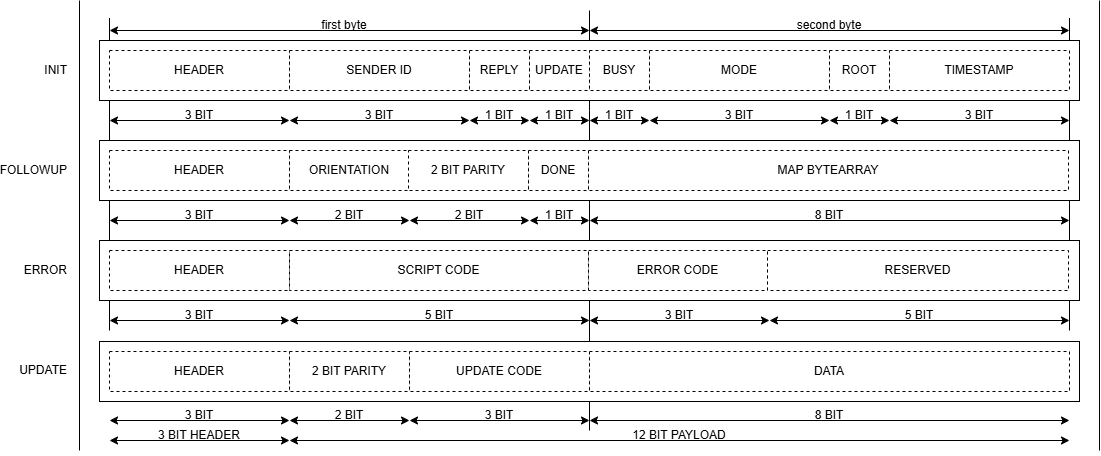
Above: figures/msgArchitectureV5.png in SophiagDotart/puzzlingRobots (draw.io), before the change. Source tidied: cells renumbered, new cells last; positions are measured from the earlier drawing's top-left corner, leaving out a move shared by most shapes.
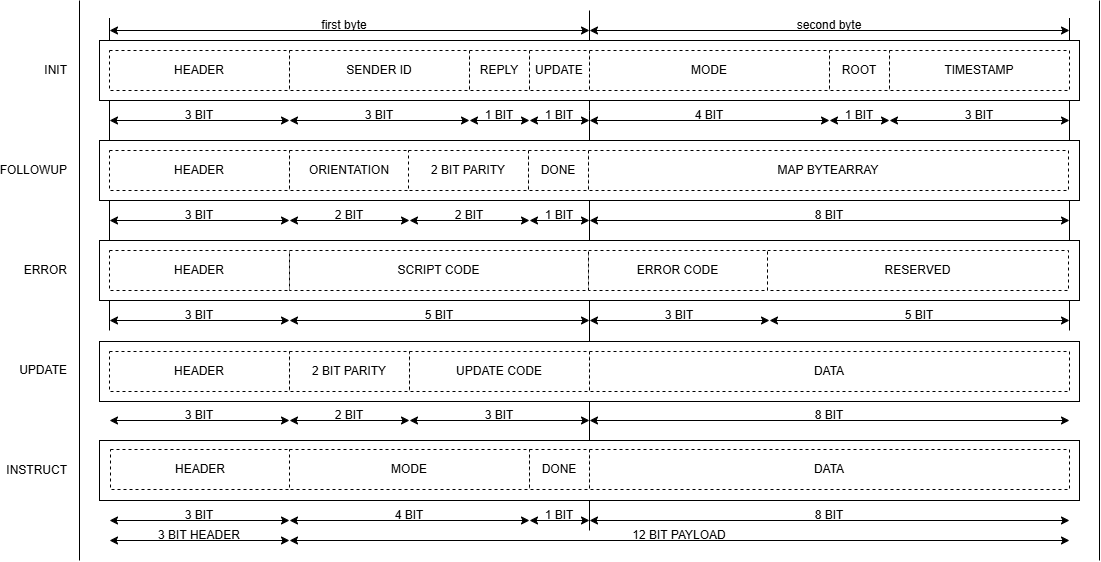
The same file after the commit.

Commit message:
Added instruct message, finished update msg in script and doc

The edit, as a diff of the source:
```diff
@@ -14,7 +14,7 @@
     </mxCell>
     <mxCell id="4" style="endArrow=none;html=1;rounded=0;" parent="1" edge="1">
       <mxGeometry relative="1" as="geometry">
-        <mxPoint x="580" y="430" as="sourcePoint" />
+        <mxPoint x="580" y="530" as="sourcePoint" />
         <mxPoint x="580" y="10" as="targetPoint" />
         <Array as="points">
           <mxPoint x="580" y="110" />
@@ -23,13 +23,13 @@
     </mxCell>
     <mxCell id="5" style="endArrow=none;html=1;rounded=0;" parent="1" edge="1">
       <mxGeometry relative="1" as="geometry">
-        <mxPoint x="70" y="450" as="sourcePoint" />
+        <mxPoint x="70" y="560" as="sourcePoint" />
         <mxPoint x="70" as="targetPoint" />
       </mxGeometry>
     </mxCell>
     <mxCell id="6" style="endArrow=none;html=1;rounded=0;" parent="1" edge="1">
       <mxGeometry relative="1" as="geometry">
-        <mxPoint x="1090" y="450" as="sourcePoint" />
+        <mxPoint x="1090" y="560" as="sourcePoint" />
         <mxPoint x="1090" as="targetPoint" />
       </mxGeometry>
     </mxCell>
@@ -37,7 +37,7 @@
       <mxGeometry x="90" y="40" width="980" height="60" as="geometry" />
     </mxCell>
     <mxCell id="8" value="MODE" style="rounded=0;whiteSpace=wrap;html=1;dashed=1;" parent="1" vertex="1">
-      <mxGeometry x="640" y="50" width="180" height="40" as="geometry" />
+      <mxGeometry x="580" y="50" width="240" height="40" as="geometry" />
     </mxCell>
     <mxCell id="9" value="UPDATE" style="rounded=0;whiteSpace=wrap;html=1;dashed=1;" parent="1" vertex="1">
       <mxGeometry x="520" y="50" width="60" height="40" as="geometry" />
@@ -57,9 +57,6 @@
     <mxCell id="14" value="TIMESTAMP" style="rounded=0;whiteSpace=wrap;html=1;dashed=1;" parent="1" vertex="1">
       <mxGeometry x="880" y="50" width="180" height="40" as="geometry" />
     </mxCell>
-    <mxCell id="15" value="BUSY" style="rounded=0;whiteSpace=wrap;html=1;dashed=1;" parent="1" vertex="1">
-      <mxGeometry x="580" y="50" width="60" height="40" as="geometry" />
-    </mxCell>
     <mxCell id="16" style="rounded=0;whiteSpace=wrap;html=1;" parent="1" vertex="1">
       <mxGeometry x="90" y="140" width="980" height="60" as="geometry" />
     </mxCell>
@@ -226,16 +223,16 @@
       <mxGeometry x="60" width="60" height="30" as="geometry" />
     </mxCell>
     <mxCell id="60" style="group;" parent="1" vertex="1">
-      <mxGeometry x="640" y="100" width="180" height="30" as="geometry" />
+      <mxGeometry x="580" y="100" width="240" height="30" as="geometry" />
     </mxCell>
     <mxCell id="61" style="endArrow=classic;startArrow=classic;html=1;rounded=0;" parent="60" edge="1">
       <mxGeometry relative="1" as="geometry">
         <mxPoint y="20" as="sourcePoint" />
-        <mxPoint x="180" y="20" as="targetPoint" />
+        <mxPoint x="240" y="20" as="targetPoint" />
       </mxGeometry>
     </mxCell>
-    <mxCell id="62" value="3 BIT" style="text;html=1;whiteSpace=wrap;strokeColor=none;fillColor=none;align=center;verticalAlign=middle;rounded=0;" parent="60" vertex="1">
-      <mxGeometry x="60" width="60" height="30" as="geometry" />
+    <mxCell id="62" value="4 BIT" style="text;html=1;whiteSpace=wrap;strokeColor=none;fillColor=none;align=center;verticalAlign=middle;rounded=0;" parent="60" vertex="1">
+      <mxGeometry x="80" width="80" height="30" as="geometry" />
     </mxCell>
     <mxCell id="63" style="group;" parent="1" vertex="1">
       <mxGeometry x="880" y="100" width="180" height="30" as="geometry" />
@@ -273,18 +270,6 @@
     <mxCell id="71" value="1 BIT" style="text;html=1;whiteSpace=wrap;strokeColor=none;fillColor=none;align=center;verticalAlign=middle;rounded=0;" parent="69" vertex="1">
       <mxGeometry width="60" height="30" as="geometry" />
     </mxCell>
-    <mxCell id="72" style="group;" parent="1" vertex="1">
-      <mxGeometry x="580" y="100" width="60" height="30" as="geometry" />
-    </mxCell>
-    <mxCell id="73" style="endArrow=classic;startArrow=classic;html=1;rounded=0;" parent="72" edge="1">
-      <mxGeometry relative="1" as="geometry">
-        <mxPoint y="20" as="sourcePoint" />
-        <mxPoint x="60" y="20" as="targetPoint" />
-      </mxGeometry>
-    </mxCell>
-    <mxCell id="74" value="1 BIT" style="text;html=1;whiteSpace=wrap;strokeColor=none;fillColor=none;align=center;verticalAlign=middle;rounded=0;" parent="72" vertex="1">
-      <mxGeometry width="60" height="30" as="geometry" />
-    </mxCell>
     <mxCell id="75" style="group;" parent="1" vertex="1">
       <mxGeometry x="580" y="10" width="480" height="30" as="geometry" />
     </mxCell>
@@ -309,35 +294,86 @@
         <mxPoint x="480" y="20" as="targetPoint" />
       </mxGeometry>
     </mxCell>
-    <mxCell id="81" style="group;" parent="1" vertex="1">
-      <mxGeometry x="90" y="341" width="980" height="85" as="geometry" />
-    </mxCell>
+    <mxCell id="99" style="group;" parent="1" vertex="1">
+      <mxGeometry x="100" y="520" width="960" height="35" as="geometry" />
+    </mxCell>
+    <mxCell id="100" style="group;" parent="99" vertex="1">
+      <mxGeometry x="180" width="780" height="35" as="geometry" />
+    </mxCell>
+    <mxCell id="101" style="endArrow=classic;startArrow=classic;html=1;rounded=0;" parent="100" edge="1">
+      <mxGeometry relative="1" as="geometry">
+        <mxPoint y="20" as="sourcePoint" />
+        <mxPoint x="780" y="20" as="targetPoint" />
+      </mxGeometry>
+    </mxCell>
+    <mxCell id="102" value="12 BIT PAYLOAD" style="text;html=1;whiteSpace=wrap;strokeColor=none;fillColor=none;align=center;verticalAlign=middle;rounded=0;" parent="100" vertex="1">
+      <mxGeometry width="780" height="30" as="geometry" />
+    </mxCell>
+    <mxCell id="103" style="group;" parent="99" vertex="1">
+      <mxGeometry width="180" height="34" as="geometry" />
+    </mxCell>
+    <mxCell id="104" style="endArrow=classic;startArrow=classic;html=1;rounded=0;" parent="103" edge="1">
+      <mxGeometry relative="1" as="geometry">
+        <mxPoint y="20" as="sourcePoint" />
+        <mxPoint x="180" y="20" as="targetPoint" />
+      </mxGeometry>
+    </mxCell>
+    <mxCell id="105" value="3 BIT HEADER" style="text;html=1;whiteSpace=wrap;strokeColor=none;fillColor=none;align=center;verticalAlign=middle;rounded=0;" parent="103" vertex="1">
+      <mxGeometry width="180" height="30" as="geometry" />
+    </mxCell>
+    <mxCell id="111" style="group;" parent="1" vertex="1">
+      <mxGeometry x="820" y="100" width="60" height="30" as="geometry" />
+    </mxCell>
+    <mxCell id="112" style="endArrow=classic;startArrow=classic;html=1;rounded=0;" parent="111" edge="1">
+      <mxGeometry relative="1" as="geometry">
+        <mxPoint y="20" as="sourcePoint" />
+        <mxPoint x="60" y="20" as="targetPoint" />
+      </mxGeometry>
+    </mxCell>
+    <mxCell id="113" value="1 BIT" style="text;html=1;whiteSpace=wrap;strokeColor=none;fillColor=none;align=center;verticalAlign=middle;rounded=0;" parent="111" vertex="1">
+      <mxGeometry width="60" height="30" as="geometry" />
+    </mxCell>
-    <mxCell id="82" style="rounded=0;whiteSpace=wrap;html=1;" parent="81" vertex="1">
-      <mxGeometry width="980" height="60" as="geometry" />
+    <mxCell id="82" style="rounded=0;whiteSpace=wrap;html=1;" parent="1" vertex="1">
+      <mxGeometry x="90" y="341" width="980" height="60" as="geometry" />
     </mxCell>
-    <mxCell id="83" value="HEADER" style="rounded=0;whiteSpace=wrap;html=1;dashed=1;" parent="81" vertex="1">
-      <mxGeometry x="10" y="10" width="180" height="40" as="geometry" />
+    <mxCell id="83" value="HEADER" style="rounded=0;whiteSpace=wrap;html=1;dashed=1;" parent="1" vertex="1">
+      <mxGeometry x="100" y="351" width="180" height="40" as="geometry" />
     </mxCell>
-    <mxCell id="84" value="DATA" style="rounded=0;whiteSpace=wrap;html=1;dashed=1;" parent="81" vertex="1">
-      <mxGeometry x="490" y="10" width="480" height="40" as="geometry" />
+    <mxCell id="84" value="DATA" style="rounded=0;whiteSpace=wrap;html=1;dashed=1;" parent="1" vertex="1">
+      <mxGeometry x="580" y="351" width="480" height="40" as="geometry" />
     </mxCell>
-    <mxCell id="85" value="2 BIT PARITY" style="rounded=0;whiteSpace=wrap;html=1;dashed=1;" parent="81" vertex="1">
-      <mxGeometry x="190" y="10" width="120" height="40" as="geometry" />
+    <mxCell id="85" value="2 BIT PARITY" style="rounded=0;whiteSpace=wrap;html=1;dashed=1;" parent="1" vertex="1">
+      <mxGeometry x="280" y="351" width="120" height="40" as="geometry" />
     </mxCell>
-    <mxCell id="86" style="group;" parent="81" vertex="1">
-      <mxGeometry x="10" y="59" width="180" height="30" as="geometry" />
+    <mxCell id="86" style="group;" parent="1" vertex="1">
+      <mxGeometry x="100" y="400" width="180" height="30" as="geometry" />
     </mxCell>
+    <mxCell id="114" style="group;" parent="86" vertex="1">
+      <mxGeometry width="180" height="30" as="geometry" />
+    </mxCell>
-    <mxCell id="87" style="endArrow=classic;startArrow=classic;html=1;rounded=0;" parent="86" edge="1">
+    <mxCell id="87" style="endArrow=classic;startArrow=classic;html=1;rounded=0;" parent="114" edge="1">
       <mxGeometry relative="1" as="geometry">
         <mxPoint y="20" as="sourcePoint" />
         <mxPoint x="180" y="20" as="targetPoint" />
       </mxGeometry>
     </mxCell>
-    <mxCell id="88" value="3 BIT" style="text;html=1;whiteSpace=wrap;strokeColor=none;fillColor=none;align=center;verticalAlign=middle;rounded=0;" parent="86" vertex="1">
+    <mxCell id="88" value="3 BIT" style="text;html=1;whiteSpace=wrap;strokeColor=none;fillColor=none;align=center;verticalAlign=middle;rounded=0;" parent="114" vertex="1">
       <mxGeometry x="60" width="60" height="30" as="geometry" />
     </mxCell>
+    <mxCell id="115" style="group;" parent="86" vertex="1">
+      <mxGeometry y="100" width="180" height="30" as="geometry" />
+    </mxCell>
+    <mxCell id="116" style="endArrow=classic;startArrow=classic;html=1;rounded=0;" parent="115" edge="1">
+      <mxGeometry relative="1" as="geometry">
+        <mxPoint y="20" as="sourcePoint" />
+        <mxPoint x="180" y="20" as="targetPoint" />
+      </mxGeometry>
+    </mxCell>
+    <mxCell id="117" value="3 BIT" style="text;html=1;whiteSpace=wrap;strokeColor=none;fillColor=none;align=center;verticalAlign=middle;rounded=0;" parent="115" vertex="1">
+      <mxGeometry x="60" width="60" height="30" as="geometry" />
+    </mxCell>
-    <mxCell id="89" style="group;" parent="81" vertex="1">
-      <mxGeometry x="310" y="59" width="180" height="30" as="geometry" />
+    <mxCell id="89" style="group;" parent="1" vertex="1">
+      <mxGeometry x="400" y="400" width="180" height="30" as="geometry" />
     </mxCell>
     <mxCell id="90" style="endArrow=classic;startArrow=classic;html=1;rounded=0;" parent="89" edge="1">
       <mxGeometry relative="1" as="geometry">
@@ -348,8 +384,8 @@
     <mxCell id="91" value="3 BIT" style="text;html=1;whiteSpace=wrap;strokeColor=none;fillColor=none;align=center;verticalAlign=middle;rounded=0;" parent="89" vertex="1">
       <mxGeometry x="60" width="60" height="30" as="geometry" />
     </mxCell>
-    <mxCell id="92" style="group;" parent="81" vertex="1">
-      <mxGeometry x="490" y="59" width="480" height="30" as="geometry" />
+    <mxCell id="92" style="group;" parent="1" vertex="1">
+      <mxGeometry x="580" y="400" width="480" height="30" as="geometry" />
     </mxCell>
     <mxCell id="93" style="endArrow=classic;startArrow=classic;html=1;rounded=0;" parent="92" edge="1">
       <mxGeometry relative="1" as="geometry">
@@ -360,8 +396,8 @@
     <mxCell id="94" value="8 BIT" style="text;html=1;whiteSpace=wrap;strokeColor=none;fillColor=none;align=center;verticalAlign=middle;rounded=0;" parent="92" vertex="1">
       <mxGeometry x="160" width="160" height="30" as="geometry" />
     </mxCell>
-    <mxCell id="95" style="group;" parent="81" vertex="1">
-      <mxGeometry x="190" y="59" width="120" height="30" as="geometry" />
+    <mxCell id="95" style="group;" parent="1" vertex="1">
+      <mxGeometry x="280" y="400" width="120" height="30" as="geometry" />
     </mxCell>
     <mxCell id="96" style="endArrow=classic;startArrow=classic;html=1;rounded=0;" parent="95" edge="1">
       <mxGeometry relative="1" as="geometry">
@@ -372,38 +408,65 @@
     <mxCell id="97" value="2 BIT" style="text;html=1;whiteSpace=wrap;strokeColor=none;fillColor=none;align=center;verticalAlign=middle;rounded=0;" parent="95" vertex="1">
       <mxGeometry x="40" width="40" height="30" as="geometry" />
     </mxCell>
-    <mxCell id="98" value="UPDATE CODE" style="rounded=0;whiteSpace=wrap;html=1;dashed=1;" parent="81" vertex="1">
-      <mxGeometry x="310" y="10" width="180" height="40" as="geometry" />
+    <mxCell id="98" value="UPDATE CODE" style="rounded=0;whiteSpace=wrap;html=1;dashed=1;" parent="1" vertex="1">
+      <mxGeometry x="400" y="351" width="180" height="40" as="geometry" />
     </mxCell>
-    <mxCell id="99" style="group;" parent="1" vertex="1">
-      <mxGeometry x="100" y="420" width="960" height="35" as="geometry" />
-    </mxCell>
-    <mxCell id="100" style="group;" parent="99" vertex="1">
-      <mxGeometry x="180" width="780" height="35" as="geometry" />
-    </mxCell>
-    <mxCell id="101" style="endArrow=classic;startArrow=classic;html=1;rounded=0;" parent="100" edge="1">
-      <mxGeometry relative="1" as="geometry">
-        <mxPoint y="20" as="sourcePoint" />
-        <mxPoint x="780" y="20" as="targetPoint" />
-      </mxGeometry>
-    </mxCell>
-    <mxCell id="102" value="12 BIT PAYLOAD" style="text;html=1;whiteSpace=wrap;strokeColor=none;fillColor=none;align=center;verticalAlign=middle;rounded=0;" parent="100" vertex="1">
-      <mxGeometry width="780" height="30" as="geometry" />
-    </mxCell>
-    <mxCell id="103" style="group;" parent="99" vertex="1">
-      <mxGeometry width="180" height="34" as="geometry" />
-    </mxCell>
-    <mxCell id="104" style="endArrow=classic;startArrow=classic;html=1;rounded=0;" parent="103" edge="1">
-      <mxGeometry relative="1" as="geometry">
-        <mxPoint y="20" as="sourcePoint" />
-        <mxPoint x="180" y="20" as="targetPoint" />
-      </mxGeometry>
-    </mxCell>
-    <mxCell id="105" value="3 BIT HEADER" style="text;html=1;whiteSpace=wrap;strokeColor=none;fillColor=none;align=center;verticalAlign=middle;rounded=0;" parent="103" vertex="1">
-      <mxGeometry width="180" height="30" as="geometry" />
-    </mxCell>
+    <mxCell id="118" style="rounded=0;whiteSpace=wrap;html=1;" parent="1" vertex="1">
+      <mxGeometry x="90" y="440" width="980" height="60" as="geometry" />
+    </mxCell>
+    <mxCell id="119" value="HEADER" style="rounded=0;whiteSpace=wrap;html=1;dashed=1;" parent="1" vertex="1">
+      <mxGeometry x="101" y="449" width="180" height="40" as="geometry" />
+    </mxCell>
+    <mxCell id="120" value="MODE" style="rounded=0;whiteSpace=wrap;html=1;dashed=1;" parent="1" vertex="1">
+      <mxGeometry x="280" y="449" width="240" height="40" as="geometry" />
+    </mxCell>
+    <mxCell id="121" value="DATA" style="rounded=0;whiteSpace=wrap;html=1;dashed=1;" parent="1" vertex="1">
+      <mxGeometry x="580" y="449" width="480" height="40" as="geometry" />
+    </mxCell>
+    <mxCell id="122" value="DONE" style="rounded=0;whiteSpace=wrap;html=1;dashed=1;" parent="1" vertex="1">
+      <mxGeometry x="520" y="449" width="60" height="40" as="geometry" />
+    </mxCell>
+    <mxCell id="123" style="group;" parent="1" vertex="1">
+      <mxGeometry x="280" y="500" width="240" height="30" as="geometry" />
+    </mxCell>
+    <mxCell id="124" style="endArrow=classic;startArrow=classic;html=1;rounded=0;" parent="123" edge="1">
+      <mxGeometry relative="1" as="geometry">
+        <mxPoint y="20" as="sourcePoint" />
+        <mxPoint x="240" y="20" as="targetPoint" />
+      </mxGeometry>
+    </mxCell>
+    <mxCell id="125" value="4 BIT" style="text;html=1;whiteSpace=wrap;strokeColor=none;fillColor=none;align=center;verticalAlign=middle;rounded=0;" parent="123" vertex="1">
+      <mxGeometry x="80" width="80" height="30" as="geometry" />
+    </mxCell>
+    <mxCell id="126" style="group;" parent="1" vertex="1">
+      <mxGeometry x="520" y="500" width="60" height="30" as="geometry" />
+    </mxCell>
+    <mxCell id="127" style="endArrow=classic;startArrow=classic;html=1;rounded=0;" parent="126" edge="1">
+      <mxGeometry relative="1" as="geometry">
+        <mxPoint y="20" as="sourcePoint" />
+        <mxPoint x="60" y="20" as="targetPoint" />
+      </mxGeometry>
+    </mxCell>
+    <mxCell id="74" value="1 BIT" style="text;html=1;whiteSpace=wrap;strokeColor=none;fillColor=none;align=center;verticalAlign=middle;rounded=0;" parent="126" vertex="1">
+      <mxGeometry width="60" height="30" as="geometry" />
+    </mxCell>
+    <mxCell id="128" style="group;" parent="1" vertex="1">
+      <mxGeometry x="580" y="500" width="480" height="30" as="geometry" />
+    </mxCell>
+    <mxCell id="129" style="endArrow=classic;startArrow=classic;html=1;rounded=0;" parent="128" edge="1">
+      <mxGeometry relative="1" as="geometry">
+        <mxPoint y="20" as="sourcePoint" />
+        <mxPoint x="480" y="20" as="targetPoint" />
+      </mxGeometry>
+    </mxCell>
+    <mxCell id="130" value="8 BIT" style="text;html=1;whiteSpace=wrap;strokeColor=none;fillColor=none;align=center;verticalAlign=middle;rounded=0;" parent="128" vertex="1">
+      <mxGeometry x="160" width="160" height="30" as="geometry" />
+    </mxCell>
+    <mxCell id="131" style="group;" parent="1" vertex="1">
+      <mxGeometry y="55" width="60" height="430" as="geometry" />
+    </mxCell>
-    <mxCell id="106" style="group;" parent="1" vertex="1">
-      <mxGeometry y="55" width="60" height="330" as="geometry" />
+    <mxCell id="106" style="group;" parent="131" vertex="1">
+      <mxGeometry width="60" height="330" as="geometry" />
     </mxCell>
     <mxCell id="107" value="INIT" style="text;html=1;align=right;verticalAlign=middle;whiteSpace=wrap;rounded=0;" parent="106" vertex="1">
       <mxGeometry width="60" height="30" as="geometry" />
@@ -417,17 +480,8 @@
     <mxCell id="110" value="UPDATE" style="text;html=1;align=right;verticalAlign=middle;whiteSpace=wrap;rounded=0;" parent="106" vertex="1">
       <mxGeometry y="300" width="60" height="30" as="geometry" />
     </mxCell>
-    <mxCell id="111" style="group;" parent="1" vertex="1">
-      <mxGeometry x="820" y="100" width="60" height="30" as="geometry" />
-    </mxCell>
-    <mxCell id="112" style="endArrow=classic;startArrow=classic;html=1;rounded=0;" parent="111" edge="1">
-      <mxGeometry relative="1" as="geometry">
-        <mxPoint y="20" as="sourcePoint" />
-        <mxPoint x="60" y="20" as="targetPoint" />
-      </mxGeometry>
-    </mxCell>
-    <mxCell id="113" value="1 BIT" style="text;html=1;whiteSpace=wrap;strokeColor=none;fillColor=none;align=center;verticalAlign=middle;rounded=0;" parent="111" vertex="1">
-      <mxGeometry width="60" height="30" as="geometry" />
-    </mxCell>
+    <mxCell id="132" value="INSTRUCT" style="text;html=1;align=right;verticalAlign=middle;whiteSpace=wrap;rounded=0;" parent="131" vertex="1">
+      <mxGeometry y="400" width="60" height="30" as="geometry" />
+    </mxCell>
   </root>
 </mxGraphModel>
```
